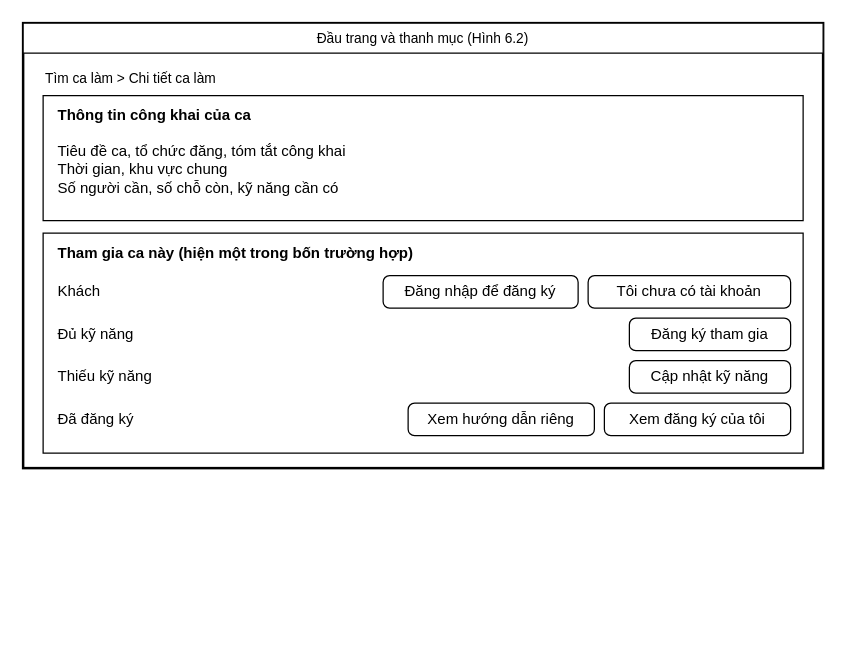
The draw.io diagram docs/giao_dien/drawio/M03_Chi_tiet_ca_lam.drawio in kanishere55/OOSD_NenTangDieuPhoi_TNV, before the edit. Source tidied: cells renumbered, new cells numbered last; positions are measured from the earlier drawing's top-left corner, leaving out a move shared by most shapes. Both pictures are drawn from the tidied source at 125%, with x=0, y=0 at pixel (22, 22).
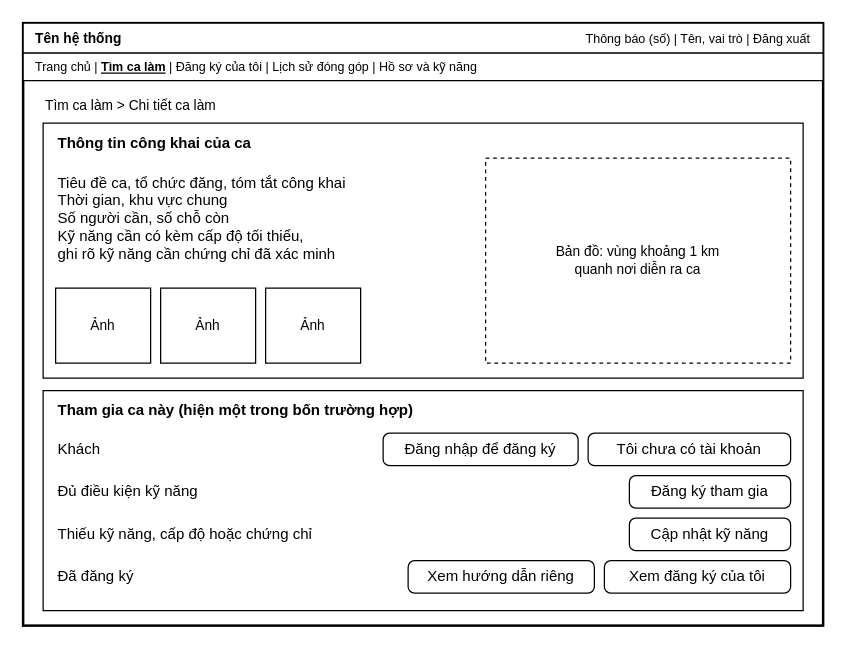
Above is the later version.

Diff of the diagram source:
```diff
@@
     <mxCell id="2" style="rounded=0;whiteSpace=wrap;html=1;fillColor=#ffffff;strokeColor=#000000;strokeWidth=2;" parent="1" vertex="1">
-      <mxGeometry width="640" height="356" as="geometry" />
+      <mxGeometry width="640" height="482" as="geometry" />
     </mxCell>
-    <mxCell id="3" value="Đầu trang và thanh mục (Hình 6.2)" style="rounded=0;whiteSpace=wrap;html=1;fillColor=#ffffff;strokeColor=#000000;fontColor=#000000;fontSize=11;align=center;" parent="1" vertex="1">
+    <mxCell id="3" style="rounded=0;whiteSpace=wrap;html=1;fillColor=#ffffff;strokeColor=#000000;fontColor=#000000;fontSize=12;align=center;" parent="1" vertex="1">
       <mxGeometry width="640" height="24" as="geometry" />
     </mxCell>
-    <mxCell id="4" value="Tìm ca làm &gt; Chi tiết ca làm" style="text;html=1;strokeColor=none;fillColor=none;whiteSpace=wrap;verticalAlign=middle;fontColor=#000000;align=left;fontSize=11;fontStyle=0;" parent="1" vertex="1">
-      <mxGeometry x="16" y="34" width="400" height="20" as="geometry" />
+    <mxCell id="4" value="Tên hệ thống" style="text;html=1;strokeColor=none;fillColor=none;whiteSpace=wrap;verticalAlign=middle;fontColor=#000000;align=left;fontSize=11;fontStyle=1;" parent="1" vertex="1">
+      <mxGeometry x="8" y="2" width="150" height="20" as="geometry" />
     </mxCell>
-    <mxCell id="5" style="rounded=0;whiteSpace=wrap;html=1;fillColor=#ffffff;strokeColor=#000000;fontColor=#000000;fontSize=12;align=center;" parent="1" vertex="1">
-      <mxGeometry x="16" y="58" width="608" height="100" as="geometry" />
+    <mxCell id="5" value="Thông báo (số)   |   Tên, vai trò   |   Đăng xuất" style="text;html=1;strokeColor=none;fillColor=none;whiteSpace=wrap;verticalAlign=middle;fontColor=#000000;align=right;fontSize=10;fontStyle=0;" parent="1" vertex="1">
+      <mxGeometry x="340" y="2" width="292" height="20" as="geometry" />
     </mxCell>
-    <mxCell id="6" value="Thông tin công khai của ca" style="text;html=1;strokeColor=none;fillColor=none;whiteSpace=wrap;verticalAlign=middle;fontColor=#000000;align=left;fontSize=12;fontStyle=1;" parent="1" vertex="1">
-      <mxGeometry x="26" y="64" width="400" height="20" as="geometry" />
+    <mxCell id="6" style="rounded=0;whiteSpace=wrap;html=1;fillColor=#ffffff;strokeColor=#000000;fontColor=#000000;fontSize=12;align=center;" parent="1" vertex="1">
+      <mxGeometry y="24" width="640" height="22" as="geometry" />
     </mxCell>
-    <mxCell id="7" value="Tiêu đề ca, tổ chức đăng, tóm tắt công khai&lt;br&gt;Thời gian, khu vực chung&lt;br&gt;Số người cần, số chỗ còn, kỹ năng cần có" style="text;html=1;strokeColor=none;fillColor=none;whiteSpace=wrap;verticalAlign=middle;fontColor=#000000;align=left;fontSize=12;fontStyle=0;" parent="1" vertex="1">
-      <mxGeometry x="26" y="86" width="580" height="62" as="geometry" />
+    <mxCell id="7" value="Trang chủ   |   &lt;b&gt;&lt;u&gt;Tìm ca làm&lt;/u&gt;&lt;/b&gt;   |   Đăng ký của tôi   |   Lịch sử đóng góp   |   Hồ sơ và kỹ năng" style="text;html=1;strokeColor=none;fillColor=none;whiteSpace=wrap;verticalAlign=middle;fontColor=#000000;align=left;fontSize=10;fontStyle=0;" parent="1" vertex="1">
+      <mxGeometry x="8" y="25" width="624" height="20" as="geometry" />
     </mxCell>
-    <mxCell id="8" style="rounded=0;whiteSpace=wrap;html=1;fillColor=#ffffff;strokeColor=#000000;fontColor=#000000;fontSize=12;align=center;" parent="1" vertex="1">
-      <mxGeometry x="16" y="168" width="608" height="176" as="geometry" />
+    <mxCell id="8" value="Tìm ca làm &gt; Chi tiết ca làm" style="text;html=1;strokeColor=none;fillColor=none;whiteSpace=wrap;verticalAlign=middle;fontColor=#000000;align=left;fontSize=11;fontStyle=0;" parent="1" vertex="1">
+      <mxGeometry x="16" y="56" width="400" height="20" as="geometry" />
     </mxCell>
-    <mxCell id="9" value="Tham gia ca này (hiện một trong bốn trường hợp)" style="text;html=1;strokeColor=none;fillColor=none;whiteSpace=wrap;verticalAlign=middle;fontColor=#000000;align=left;fontSize=12;fontStyle=1;" parent="1" vertex="1">
-      <mxGeometry x="26" y="174" width="400" height="20" as="geometry" />
+    <mxCell id="9" style="rounded=0;whiteSpace=wrap;html=1;fillColor=#ffffff;strokeColor=#000000;fontColor=#000000;fontSize=12;align=center;" parent="1" vertex="1">
+      <mxGeometry x="16" y="80" width="608" height="204" as="geometry" />
     </mxCell>
-    <mxCell id="10" value="Khách" style="text;html=1;strokeColor=none;fillColor=none;whiteSpace=wrap;verticalAlign=middle;fontColor=#000000;align=left;fontSize=12;fontStyle=0;" parent="1" vertex="1">
-      <mxGeometry x="26" y="205" width="200" height="20" as="geometry" />
+    <mxCell id="10" value="Thông tin công khai của ca" style="text;html=1;strokeColor=none;fillColor=none;whiteSpace=wrap;verticalAlign=middle;fontColor=#000000;align=left;fontSize=12;fontStyle=1;" parent="1" vertex="1">
+      <mxGeometry x="26" y="86" width="400" height="20" as="geometry" />
     </mxCell>
-    <mxCell id="11" value="Tôi chưa có tài khoản" style="rounded=1;arcSize=20;whiteSpace=wrap;html=1;fillColor=#ffffff;strokeColor=#000000;fontColor=#000000;fontSize=12;" parent="1" vertex="1">
-      <mxGeometry x="452" y="202" width="162" height="26" as="geometry" />
+    <mxCell id="11" value="Tiêu đề ca, tổ chức đăng, tóm tắt công khai&lt;br&gt;Thời gian, khu vực chung&lt;br&gt;Số người cần, số chỗ còn&lt;br&gt;Kỹ năng cần có kèm cấp độ tối thiểu,&lt;br&gt;ghi rõ kỹ năng cần chứng chỉ đã xác minh" style="text;html=1;strokeColor=none;fillColor=none;whiteSpace=wrap;verticalAlign=middle;fontColor=#000000;align=left;fontSize=12;fontStyle=0;" parent="1" vertex="1">
+      <mxGeometry x="26" y="108" width="330" height="96" as="geometry" />
     </mxCell>
-    <mxCell id="12" value="Đăng nhập để đăng ký" style="rounded=1;arcSize=20;whiteSpace=wrap;html=1;fillColor=#ffffff;strokeColor=#000000;fontColor=#000000;fontSize=12;" parent="1" vertex="1">
-      <mxGeometry x="288" y="202" width="156" height="26" as="geometry" />
+    <mxCell id="12" value="Ảnh" style="rounded=0;whiteSpace=wrap;html=1;fillColor=#ffffff;strokeColor=#000000;fontColor=#000000;fontSize=11;align=center;" parent="1" vertex="1">
+      <mxGeometry x="26" y="212" width="76" height="60" as="geometry" />
     </mxCell>
-    <mxCell id="13" value="Đủ kỹ năng" style="text;html=1;strokeColor=none;fillColor=none;whiteSpace=wrap;verticalAlign=middle;fontColor=#000000;align=left;fontSize=12;fontStyle=0;" parent="1" vertex="1">
-      <mxGeometry x="26" y="239" width="200" height="20" as="geometry" />
+    <mxCell id="13" value="Ảnh" style="rounded=0;whiteSpace=wrap;html=1;fillColor=#ffffff;strokeColor=#000000;fontColor=#000000;fontSize=11;align=center;" parent="1" vertex="1">
+      <mxGeometry x="110" y="212" width="76" height="60" as="geometry" />
     </mxCell>
-    <mxCell id="14" value="Đăng ký tham gia" style="rounded=1;arcSize=20;whiteSpace=wrap;html=1;fillColor=#ffffff;strokeColor=#000000;fontColor=#000000;fontSize=12;" parent="1" vertex="1">
-      <mxGeometry x="485" y="236" width="129" height="26" as="geometry" />
+    <mxCell id="14" value="Ảnh" style="rounded=0;whiteSpace=wrap;html=1;fillColor=#ffffff;strokeColor=#000000;fontColor=#000000;fontSize=11;align=center;" parent="1" vertex="1">
+      <mxGeometry x="194" y="212" width="76" height="60" as="geometry" />
     </mxCell>
-    <mxCell id="15" value="Thiếu kỹ năng" style="text;html=1;strokeColor=none;fillColor=none;whiteSpace=wrap;verticalAlign=middle;fontColor=#000000;align=left;fontSize=12;fontStyle=0;" parent="1" vertex="1">
-      <mxGeometry x="26" y="273" width="200" height="20" as="geometry" />
+    <mxCell id="15" value="Bản đồ: vùng khoảng 1 km&lt;br&gt;quanh nơi diễn ra ca" style="rounded=0;whiteSpace=wrap;html=1;fillColor=#ffffff;strokeColor=#000000;fontColor=#000000;fontSize=11;align=center;dashed=1;" parent="1" vertex="1">
+      <mxGeometry x="370" y="108" width="244" height="164" as="geometry" />
     </mxCell>
-    <mxCell id="16" value="Cập nhật kỹ năng" style="rounded=1;arcSize=20;whiteSpace=wrap;html=1;fillColor=#ffffff;strokeColor=#000000;fontColor=#000000;fontSize=12;" parent="1" vertex="1">
-      <mxGeometry x="485" y="270" width="129" height="26" as="geometry" />
+    <mxCell id="16" style="rounded=0;whiteSpace=wrap;html=1;fillColor=#ffffff;strokeColor=#000000;fontColor=#000000;fontSize=12;align=center;" parent="1" vertex="1">
+      <mxGeometry x="16" y="294" width="608" height="176" as="geometry" />
     </mxCell>
-    <mxCell id="17" value="Đã đăng ký" style="text;html=1;strokeColor=none;fillColor=none;whiteSpace=wrap;verticalAlign=middle;fontColor=#000000;align=left;fontSize=12;fontStyle=0;" parent="1" vertex="1">
-      <mxGeometry x="26" y="307" width="200" height="20" as="geometry" />
+    <mxCell id="17" value="Tham gia ca này (hiện một trong bốn trường hợp)" style="text;html=1;strokeColor=none;fillColor=none;whiteSpace=wrap;verticalAlign=middle;fontColor=#000000;align=left;fontSize=12;fontStyle=1;" parent="1" vertex="1">
+      <mxGeometry x="26" y="300" width="400" height="20" as="geometry" />
     </mxCell>
-    <mxCell id="18" value="Xem đăng ký của tôi" style="rounded=1;arcSize=20;whiteSpace=wrap;html=1;fillColor=#ffffff;strokeColor=#000000;fontColor=#000000;fontSize=12;" parent="1" vertex="1">
-      <mxGeometry x="465" y="304" width="149" height="26" as="geometry" />
+    <mxCell id="18" value="Khách" style="text;html=1;strokeColor=none;fillColor=none;whiteSpace=wrap;verticalAlign=middle;fontColor=#000000;align=left;fontSize=12;fontStyle=0;" parent="1" vertex="1">
+      <mxGeometry x="26" y="331" width="250" height="20" as="geometry" />
     </mxCell>
-    <mxCell id="19" value="Xem hướng dẫn riêng" style="rounded=1;arcSize=20;whiteSpace=wrap;html=1;fillColor=#ffffff;strokeColor=#000000;fontColor=#000000;fontSize=12;" parent="1" vertex="1">
-      <mxGeometry x="308" y="304" width="149" height="26" as="geometry" />
+    <mxCell id="19" value="Tôi chưa có tài khoản" style="rounded=1;arcSize=20;whiteSpace=wrap;html=1;fillColor=#ffffff;strokeColor=#000000;fontColor=#000000;fontSize=12;" parent="1" vertex="1">
+      <mxGeometry x="452" y="328" width="162" height="26" as="geometry" />
     </mxCell>
+    <mxCell id="20" value="Đăng nhập để đăng ký" style="rounded=1;arcSize=20;whiteSpace=wrap;html=1;fillColor=#ffffff;strokeColor=#000000;fontColor=#000000;fontSize=12;" parent="1" vertex="1">
+      <mxGeometry x="288" y="328" width="156" height="26" as="geometry" />
+    </mxCell>
+    <mxCell id="21" value="Đủ điều kiện kỹ năng" style="text;html=1;strokeColor=none;fillColor=none;whiteSpace=wrap;verticalAlign=middle;fontColor=#000000;align=left;fontSize=12;fontStyle=0;" parent="1" vertex="1">
+      <mxGeometry x="26" y="365" width="250" height="20" as="geometry" />
+    </mxCell>
+    <mxCell id="22" value="Đăng ký tham gia" style="rounded=1;arcSize=20;whiteSpace=wrap;html=1;fillColor=#ffffff;strokeColor=#000000;fontColor=#000000;fontSize=12;" parent="1" vertex="1">
+      <mxGeometry x="485" y="362" width="129" height="26" as="geometry" />
+    </mxCell>
+    <mxCell id="23" value="Thiếu kỹ năng, cấp độ hoặc chứng chỉ" style="text;html=1;strokeColor=none;fillColor=none;whiteSpace=wrap;verticalAlign=middle;fontColor=#000000;align=left;fontSize=12;fontStyle=0;" parent="1" vertex="1">
+      <mxGeometry x="26" y="399" width="250" height="20" as="geometry" />
+    </mxCell>
+    <mxCell id="24" value="Cập nhật kỹ năng" style="rounded=1;arcSize=20;whiteSpace=wrap;html=1;fillColor=#ffffff;strokeColor=#000000;fontColor=#000000;fontSize=12;" parent="1" vertex="1">
+      <mxGeometry x="485" y="396" width="129" height="26" as="geometry" />
+    </mxCell>
+    <mxCell id="25" value="Đã đăng ký" style="text;html=1;strokeColor=none;fillColor=none;whiteSpace=wrap;verticalAlign=middle;fontColor=#000000;align=left;fontSize=12;fontStyle=0;" parent="1" vertex="1">
+      <mxGeometry x="26" y="433" width="250" height="20" as="geometry" />
+    </mxCell>
+    <mxCell id="26" value="Xem đăng ký của tôi" style="rounded=1;arcSize=20;whiteSpace=wrap;html=1;fillColor=#ffffff;strokeColor=#000000;fontColor=#000000;fontSize=12;" parent="1" vertex="1">
+      <mxGeometry x="465" y="430" width="149" height="26" as="geometry" />
+    </mxCell>
+    <mxCell id="27" value="Xem hướng dẫn riêng" style="rounded=1;arcSize=20;whiteSpace=wrap;html=1;fillColor=#ffffff;strokeColor=#000000;fontColor=#000000;fontSize=12;" parent="1" vertex="1">
+      <mxGeometry x="308" y="430" width="149" height="26" as="geometry" />
+    </mxCell>
```
